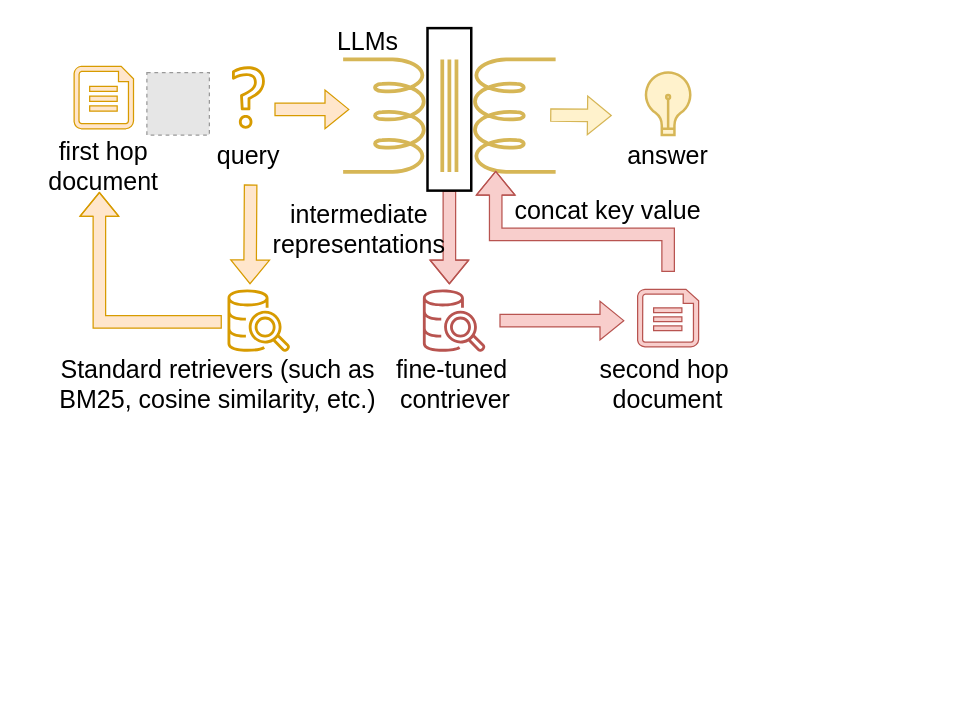
Earlier version of the draw.io diagram L-RAG/process.drawio (Olive-2019/drawio-source). Source tidied: cells renumbered, new cells numbered last; positions are measured from the earlier drawing's top-left corner, leaving out a move shared by most shapes. Both pictures are drawn from the tidied source at 125%, with x=0, y=0 at pixel (21, 21). Pictures stored in the file or linked from it are replaced by grey dashed boxes.
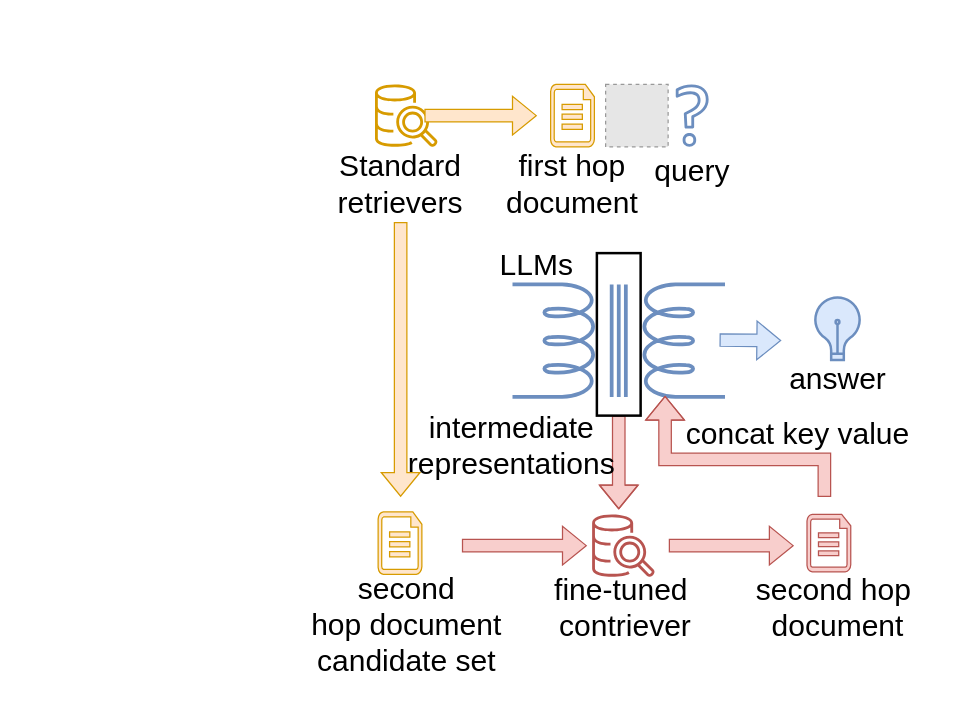
After the change.

Change to the diagram source:
```diff
@@
-    <mxCell id="2" style="edgeStyle=orthogonalEdgeStyle;rounded=0;jettySize=auto;html=1;exitX=0.5;exitY=1;exitDx=0;exitDy=0;shape=flexArrow;fillColor=#f8cecc;strokeColor=#b85450;" parent="1" edge="1" source="12">
+    <mxCell id="2" style="edgeStyle=orthogonalEdgeStyle;rounded=0;jettySize=auto;html=1;exitX=0.5;exitY=1;exitDx=0;exitDy=0;shape=flexArrow;fillColor=#f8cecc;strokeColor=#b85450;fontSize=24;" parent="1" edge="1" source="12">
       <mxGeometry relative="1" as="geometry">
-        <mxPoint x="342" y="210" as="targetPoint" />
+        <mxPoint x="477.5" y="390" as="targetPoint" />
       </mxGeometry>
     </mxCell>
-    <mxCell id="3" style="verticalLabelPosition=bottom;shadow=0;dashed=0;align=center;html=1;verticalAlign=top;shape=mxgraph.electrical.inductors.transformer_2;strokeWidth=3;direction=south;fillColor=#fff2cc;strokeColor=#d6b656;" parent="1" vertex="1">
-      <mxGeometry x="257" y="30" width="170" height="90" as="geometry" />
+    <mxCell id="3" style="verticalLabelPosition=bottom;shadow=0;dashed=0;align=center;html=1;verticalAlign=top;shape=mxgraph.electrical.inductors.transformer_2;strokeWidth=3;direction=south;fillColor=#dae8fc;strokeColor=#6c8ebf;fontSize=24;" parent="1" vertex="1">
+      <mxGeometry x="392.5" y="210" width="170" height="90" as="geometry" />
     </mxCell>
-    <mxCell id="4" style="edgeStyle=orthogonalEdgeStyle;rounded=0;orthogonalLoop=1;jettySize=auto;html=1;shape=flexArrow;fillColor=#ffe6cc;strokeColor=#d79b00;" parent="1" edge="1">
-      <mxGeometry relative="1" as="geometry">
-        <mxPoint x="160" y="240" as="sourcePoint" />
-        <mxPoint x="62" y="136" as="targetPoint" />
-        <Array as="points">
-          <mxPoint x="79" y="240" />
-          <mxPoint x="52" y="240" />
-        </Array>
-      </mxGeometry>
-    </mxCell>
-    <mxCell id="5" value="Standard retrievers (such as BM25, cosine similarity, etc.)" style="text;html=1;align=center;verticalAlign=middle;whiteSpace=wrap;rounded=0;fontSize=20;" parent="1" vertex="1">
-      <mxGeometry x="22" y="264" width="270" height="50" as="geometry" />
+    <mxCell id="5" value="Standard retrievers" style="text;html=1;align=center;verticalAlign=middle;whiteSpace=wrap;rounded=0;fontSize=24;" parent="1" vertex="1">
+      <mxGeometry x="230.8" y="112" width="143.5" height="35" as="geometry" />
     </mxCell>
-    <mxCell id="6" style="verticalLabelPosition=bottom;html=1;verticalAlign=top;align=center;strokeColor=#b85450;fillColor=#f8cecc;shape=mxgraph.azure.file;" parent="1" vertex="1">
-      <mxGeometry x="492.6" y="214" width="48.8" height="46" as="geometry" />
+    <mxCell id="6" style="verticalLabelPosition=bottom;html=1;verticalAlign=top;align=center;strokeColor=#b85450;fillColor=#f8cecc;shape=mxgraph.azure.file;fontSize=24;" parent="1" vertex="1">
+      <mxGeometry x="628.1" y="394" width="35" height="46" as="geometry" />
     </mxCell>
-    <mxCell id="7" value="second hop&amp;nbsp;&lt;div&gt;document&lt;/div&gt;" style="text;html=1;align=center;verticalAlign=middle;whiteSpace=wrap;rounded=0;strokeWidth=1;fontSize=20;" parent="1" vertex="1">
-      <mxGeometry x="432" y="274" width="170" height="30" as="geometry" />
+    <mxCell id="7" value="second hop&amp;nbsp;&lt;div&gt;document&lt;/div&gt;" style="text;html=1;align=center;verticalAlign=middle;whiteSpace=wrap;rounded=0;strokeWidth=1;fontSize=24;" parent="1" vertex="1">
+      <mxGeometry x="567.5" y="454" width="170" height="30" as="geometry" />
     </mxCell>
-    <mxCell id="8" value="fine-tuned&amp;nbsp;&lt;div&gt;contriever&lt;/div&gt;" style="text;html=1;align=center;verticalAlign=middle;whiteSpace=wrap;rounded=0;fontSize=20;" parent="1" vertex="1">
-      <mxGeometry x="262" y="274" width="170" height="30" as="geometry" />
+    <mxCell id="8" value="fine-tuned&amp;nbsp;&lt;div&gt;contriever&lt;/div&gt;" style="text;html=1;align=center;verticalAlign=middle;whiteSpace=wrap;rounded=0;fontSize=24;" parent="1" vertex="1">
+      <mxGeometry x="397.5" y="454" width="170" height="30" as="geometry" />
     </mxCell>
-    <mxCell id="9" style="verticalLabelPosition=bottom;html=1;verticalAlign=top;align=center;strokeColor=#d79b00;fillColor=#ffe6cc;shape=mxgraph.azure.file;" parent="1" vertex="1">
-      <mxGeometry x="41.8" y="35.5" width="47.5" height="50" as="geometry" />
-    </mxCell>
-    <mxCell id="10" value="first hop&lt;div&gt;document&lt;/div&gt;" style="text;html=1;align=center;verticalAlign=middle;whiteSpace=wrap;rounded=0;strokeWidth=1;fontSize=20;" parent="1" vertex="1">
-      <mxGeometry y="100" width="131" height="30" as="geometry" />
-    </mxCell>
-    <mxCell id="11" value="intermediate representations" style="text;html=1;align=center;verticalAlign=middle;whiteSpace=wrap;rounded=0;fontSize=20;" parent="1" vertex="1">
-      <mxGeometry x="179.5" y="150" width="180" height="30" as="geometry" />
+    <mxCell id="11" value="intermediate representations" style="text;html=1;align=center;verticalAlign=middle;whiteSpace=wrap;rounded=0;fontSize=24;" parent="1" vertex="1">
+      <mxGeometry x="302" y="324" width="180" height="30" as="geometry" />
     </mxCell>
-    <mxCell id="12" style="rounded=0;whiteSpace=wrap;html=1;fillColor=none;strokeWidth=2;" parent="1" vertex="1">
-      <mxGeometry x="324.5" y="5" width="35" height="130" as="geometry" />
+    <mxCell id="12" style="rounded=0;whiteSpace=wrap;html=1;fillColor=none;strokeWidth=2;fontSize=24;" parent="1" vertex="1">
+      <mxGeometry x="460" y="185" width="35" height="130" as="geometry" />
     </mxCell>
-    <mxCell id="13" style="sketch=0;fillColor=#D79B00;strokeColor=#d79b00;dashed=0;verticalLabelPosition=bottom;verticalAlign=top;align=center;html=1;fontSize=12;fontStyle=0;shape=mxgraph.aws4.redshift_query_editor_v20_light;" parent="1" vertex="1">
-      <mxGeometry x="164.5" y="214" width="50" height="50" as="geometry" />
+    <mxCell id="13" style="sketch=0;fillColor=#D79B00;strokeColor=#d79b00;dashed=0;verticalLabelPosition=bottom;verticalAlign=top;align=center;html=1;fontSize=24;fontStyle=0;shape=mxgraph.aws4.redshift_query_editor_v20_light;" parent="1" vertex="1">
+      <mxGeometry x="282.5" y="50" width="50" height="50" as="geometry" />
     </mxCell>
-    <mxCell id="14" style="sketch=0;fillColor=#D79B00;strokeColor=#D79B00;dashed=0;verticalLabelPosition=bottom;verticalAlign=top;align=center;html=1;fontSize=12;fontStyle=0;shape=mxgraph.aws4.question;" parent="1" vertex="1">
-      <mxGeometry x="168.1" y="35.5" width="26.3" height="50" as="geometry" />
+    <mxCell id="14" style="sketch=0;fillColor=#6C8EBF;strokeColor=#6C8EBF;dashed=0;verticalLabelPosition=bottom;verticalAlign=top;align=center;html=1;fontSize=24;fontStyle=0;shape=mxgraph.aws4.question;" parent="1" vertex="1">
+      <mxGeometry x="523.1" y="50" width="26.3" height="50" as="geometry" />
     </mxCell>
-    <mxCell id="15" value="query" style="text;html=1;align=center;verticalAlign=middle;whiteSpace=wrap;rounded=0;strokeWidth=1;fontSize=20;" parent="1" vertex="1">
-      <mxGeometry x="140" y="90.5" width="82.5" height="30" as="geometry" />
+    <mxCell id="15" value="query" style="text;html=1;align=center;verticalAlign=middle;whiteSpace=wrap;rounded=0;strokeWidth=1;fontSize=24;" parent="1" vertex="1">
+      <mxGeometry x="495" y="105" width="82.5" height="30" as="geometry" />
     </mxCell>
-    <mxCell id="16" value="LLMs" style="text;html=1;align=center;verticalAlign=middle;whiteSpace=wrap;rounded=0;fontSize=20;fillColor=none;" parent="1" vertex="1">
-      <mxGeometry x="246.5" width="60" height="30" as="geometry" />
+    <mxCell id="16" value="LLMs" style="text;html=1;align=center;verticalAlign=middle;whiteSpace=wrap;rounded=0;fontSize=24;fillColor=none;" parent="1" vertex="1">
+      <mxGeometry x="382" y="180" width="60" height="30" as="geometry" />
     </mxCell>
-    <mxCell id="17" style="fillColor=#E6E6E6;strokeColor=#999999;dashed=1;html=1;verticalAlign=top;verticalLabelPosition=bottom;labelBackgroundColor=#ffffff;" parent="1" vertex="1">
-      <mxGeometry x="100" y="40.5" width="50" height="50" as="geometry" />
+    <mxCell id="17" style="fillColor=#E6E6E6;strokeColor=#999999;dashed=1;html=1;verticalAlign=top;verticalLabelPosition=bottom;labelBackgroundColor=#ffffff;fontSize=24;" parent="1" vertex="1">
+      <mxGeometry x="467" y="50" width="50" height="50" as="geometry" />
     </mxCell>
-    <mxCell id="18" style="sketch=0;fillColor=#B85450;strokeColor=#B85450;dashed=0;verticalLabelPosition=bottom;verticalAlign=top;align=center;html=1;fontSize=12;fontStyle=0;shape=mxgraph.aws4.redshift_query_editor_v20_light;" parent="1" vertex="1">
-      <mxGeometry x="320.8" y="214" width="50" height="50" as="geometry" />
+    <mxCell id="18" style="sketch=0;fillColor=#B85450;strokeColor=#B85450;dashed=0;verticalLabelPosition=bottom;verticalAlign=top;align=center;html=1;fontSize=24;fontStyle=0;shape=mxgraph.aws4.redshift_query_editor_v20_light;" parent="1" vertex="1">
+      <mxGeometry x="456.2" y="394" width="50" height="50" as="geometry" />
     </mxCell>
-    <mxCell id="19" style="shape=flexArrow;endArrow=classic;html=1;rounded=0;fillColor=#f8cecc;strokeColor=#b85450;" parent="1" edge="1">
+    <mxCell id="19" style="shape=flexArrow;endArrow=classic;html=1;rounded=0;fillColor=#f8cecc;strokeColor=#b85450;fontSize=24;" parent="1" edge="1">
       <mxGeometry relative="1" as="geometry">
-        <mxPoint x="382" y="239" as="sourcePoint" />
-        <mxPoint x="482" y="239" as="targetPoint" />
+        <mxPoint x="517.5" y="419" as="sourcePoint" />
+        <mxPoint x="617.5" y="419" as="targetPoint" />
       </mxGeometry>
     </mxCell>
-    <mxCell id="20" style="shape=flexArrow;endArrow=classic;html=1;rounded=0;fillColor=#ffe6cc;strokeColor=#d79b00;" parent="1" edge="1">
-      <mxGeometry relative="1" as="geometry">
-        <mxPoint x="202" y="70" as="sourcePoint" />
-        <mxPoint x="262" y="70" as="targetPoint" />
-      </mxGeometry>
-    </mxCell>
-    <mxCell id="21" style="shape=flexArrow;endArrow=classic;html=1;rounded=0;fillColor=#ffe6cc;strokeColor=#d79b00;" parent="1" edge="1">
-      <mxGeometry relative="1" as="geometry">
-        <mxPoint x="183" y="130" as="sourcePoint" />
-        <mxPoint x="182.5" y="210" as="targetPoint" />
-      </mxGeometry>
-    </mxCell>
-    <mxCell id="22" style="edgeStyle=elbowEdgeStyle;rounded=0;jettySize=auto;html=1;entryX=0.99;entryY=0.282;entryDx=0;entryDy=0;entryPerimeter=0;elbow=vertical;shape=flexArrow;fillColor=#f8cecc;strokeColor=#b85450;" parent="1" edge="1" target="3">
+    <mxCell id="22" style="edgeStyle=elbowEdgeStyle;rounded=0;jettySize=auto;html=1;entryX=0.99;entryY=0.282;entryDx=0;entryDy=0;entryPerimeter=0;elbow=vertical;shape=flexArrow;fillColor=#f8cecc;strokeColor=#b85450;fontSize=24;" parent="1" edge="1" target="3">
       <mxGeometry relative="1" as="geometry">
-        <mxPoint x="517" y="200" as="sourcePoint" />
+        <mxPoint x="642" y="380" as="sourcePoint" />
         <Array as="points">
-          <mxPoint x="452" y="170" />
+          <mxPoint x="587.5" y="350" />
         </Array>
       </mxGeometry>
     </mxCell>
-    <mxCell id="23" value="concat key value" style="text;html=1;align=center;verticalAlign=middle;whiteSpace=wrap;rounded=0;fontSize=20;" parent="1" vertex="1">
-      <mxGeometry x="386.2" y="135" width="165.8" height="30" as="geometry" />
+    <mxCell id="23" value="concat key value" style="text;html=1;align=center;verticalAlign=middle;whiteSpace=wrap;rounded=0;fontSize=24;" parent="1" vertex="1">
+      <mxGeometry x="506.2" y="315" width="230.3" height="30" as="geometry" />
     </mxCell>
-    <mxCell id="24" style="shape=flexArrow;endArrow=classic;html=1;rounded=0;fillColor=#fff2cc;strokeColor=#d6b656;" parent="1" edge="1">
+    <mxCell id="24" style="shape=flexArrow;endArrow=classic;html=1;rounded=0;fillColor=#dae8fc;strokeColor=#6c8ebf;fontSize=24;" parent="1" edge="1">
       <mxGeometry relative="1" as="geometry">
-        <mxPoint x="422.6" y="74.5" as="sourcePoint" />
-        <mxPoint x="472" y="75" as="targetPoint" />
+        <mxPoint x="558.1" y="254.5" as="sourcePoint" />
+        <mxPoint x="607.5" y="255" as="targetPoint" />
       </mxGeometry>
     </mxCell>
-    <mxCell id="25" value="answer" style="text;html=1;align=center;verticalAlign=middle;whiteSpace=wrap;rounded=0;fontSize=20;" parent="1" vertex="1">
-      <mxGeometry x="487" y="90.5" width="60" height="30" as="geometry" />
+    <mxCell id="25" value="answer" style="text;html=1;align=center;verticalAlign=middle;whiteSpace=wrap;rounded=0;fontSize=24;" parent="1" vertex="1">
+      <mxGeometry x="622.5" y="270.5" width="60" height="30" as="geometry" />
     </mxCell>
-    <mxCell id="26" style="html=1;verticalLabelPosition=bottom;align=center;labelBackgroundColor=#ffffff;verticalAlign=top;strokeWidth=2;strokeColor=#d6b656;shadow=0;dashed=0;shape=mxgraph.ios7.icons.lightbulb;fillColor=#fff2cc;" parent="1" vertex="1">
-      <mxGeometry x="497.8" y="40.5" width="38.4" height="50" as="geometry" />
+    <mxCell id="26" style="html=1;verticalLabelPosition=bottom;align=center;labelBackgroundColor=#ffffff;verticalAlign=top;strokeWidth=2;strokeColor=#6c8ebf;shadow=0;dashed=0;shape=mxgraph.ios7.icons.lightbulb;fillColor=#dae8fc;fontSize=24;" parent="1" vertex="1">
+      <mxGeometry x="633.3" y="220.5" width="38.4" height="50" as="geometry" />
     </mxCell>
-    <mxCell id="27" style="edgeStyle=orthogonalEdgeStyle;rounded=0;orthogonalLoop=1;jettySize=auto;html=1;exitX=0.5;exitY=1;exitDx=0;exitDy=0;" parent="1" edge="1" source="8" target="8">
+    <mxCell id="27" style="edgeStyle=orthogonalEdgeStyle;rounded=0;orthogonalLoop=1;jettySize=auto;html=1;exitX=0.5;exitY=1;exitDx=0;exitDy=0;fontSize=24;" parent="1" edge="1" source="8" target="8">
       <mxGeometry relative="1" as="geometry" />
     </mxCell>
+    <mxCell id="28" style="verticalLabelPosition=bottom;html=1;verticalAlign=top;align=center;strokeColor=#d79b00;fillColor=#ffe6cc;shape=mxgraph.azure.file;fontSize=24;" parent="1" vertex="1">
+      <mxGeometry x="285" y="392" width="35" height="50" as="geometry" />
+    </mxCell>
+    <mxCell id="29" value="second hop&amp;nbsp;&lt;span style=&quot;background-color: initial;&quot;&gt;document candidate set&lt;/span&gt;" style="text;html=1;align=center;verticalAlign=middle;whiteSpace=wrap;rounded=0;strokeWidth=1;fontSize=24;" parent="1" vertex="1">
+      <mxGeometry x="219.8" y="440" width="175.5" height="86" as="geometry" />
+    </mxCell>
+    <mxCell id="30" style="shape=flexArrow;endArrow=classic;html=1;rounded=0;fillColor=#f8cecc;strokeColor=#b85450;fontSize=24;" parent="1" edge="1">
+      <mxGeometry relative="1" as="geometry">
+        <mxPoint x="352" y="419" as="sourcePoint" />
+        <mxPoint x="452" y="419" as="targetPoint" />
+      </mxGeometry>
+    </mxCell>
+    <mxCell id="10" value="first hop&lt;div&gt;document&lt;/div&gt;" style="text;html=1;align=center;verticalAlign=middle;whiteSpace=wrap;rounded=0;strokeWidth=1;fontSize=24;" parent="1" vertex="1">
+      <mxGeometry x="375" y="114.5" width="131" height="30" as="geometry" />
+    </mxCell>
+    <mxCell id="31" style="verticalLabelPosition=bottom;html=1;verticalAlign=top;align=center;strokeColor=#d79b00;fillColor=#ffe6cc;shape=mxgraph.azure.file;fontSize=24;" parent="1" vertex="1">
+      <mxGeometry x="423" y="50" width="35" height="50" as="geometry" />
+    </mxCell>
+    <mxCell id="32" style="edgeStyle=orthogonalEdgeStyle;rounded=0;orthogonalLoop=1;jettySize=auto;html=1;shape=flexArrow;fillColor=#ffe6cc;strokeColor=#d79b00;fontSize=24;" parent="1" edge="1">
+      <mxGeometry relative="1" as="geometry">
+        <mxPoint x="303" y="160" as="sourcePoint" />
+        <mxPoint x="303" y="380" as="targetPoint" />
+      </mxGeometry>
+    </mxCell>
+    <mxCell id="33" style="edgeStyle=orthogonalEdgeStyle;rounded=0;orthogonalLoop=1;jettySize=auto;html=1;shape=flexArrow;fillColor=#ffe6cc;strokeColor=#d79b00;fontSize=24;" parent="1" edge="1">
+      <mxGeometry relative="1" as="geometry">
+        <mxPoint x="322" y="75" as="sourcePoint" />
+        <mxPoint x="412" y="75" as="targetPoint" />
+      </mxGeometry>
+    </mxCell>
```
